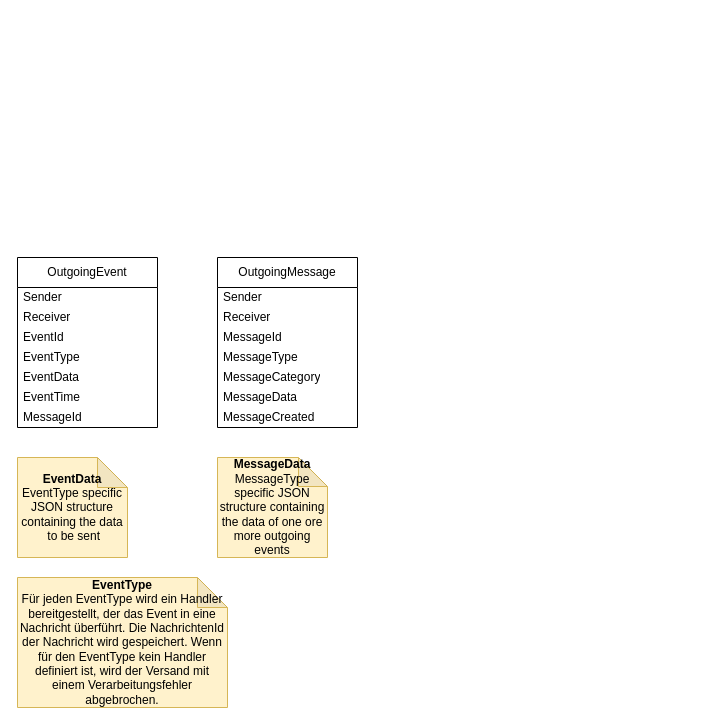
The draw.io diagram drawing.drawio in miwarn/mako, before the edit. Source tidied: cells renumbered, new cells numbered last; positions are measured from the earlier drawing's top-left corner, leaving out a move shared by most shapes. Both pictures are drawn from the tidied source at 100%, with x=0, y=0 at pixel (17, 257).
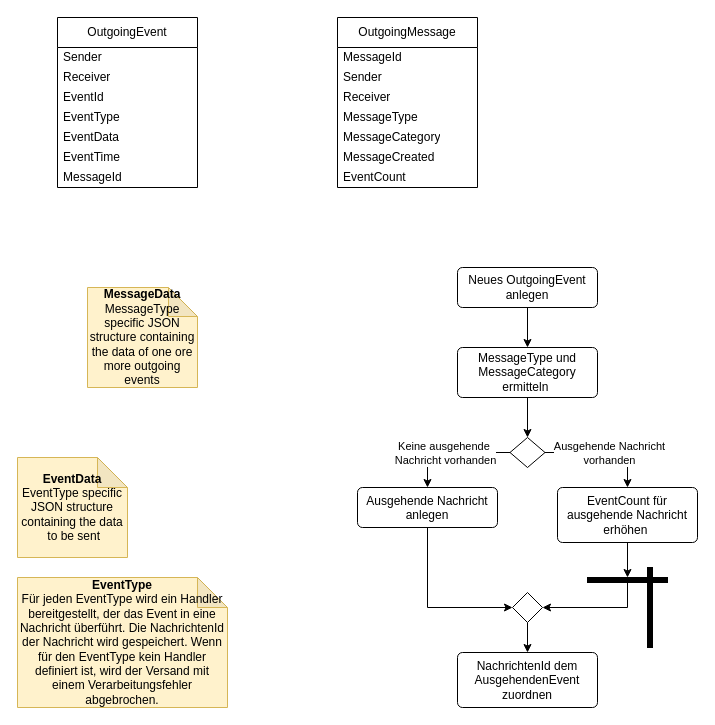
The same diagram, later.

The edit, as a diff of the source:
```diff
@@
     <mxCell id="2" value="OutgoingEvent" style="swimlane;fontStyle=0;horizontal=1;startSize=30;whiteSpace=wrap;html=1;" parent="1" vertex="1">
-      <mxGeometry width="140" height="170" as="geometry" />
+      <mxGeometry x="40" y="-240" width="140" height="170" as="geometry" />
     </mxCell>
@@
     <mxCell id="10" value="OutgoingMessage" style="swimlane;fontStyle=0;horizontal=1;startSize=30;whiteSpace=wrap;html=1;" parent="1" vertex="1">
-      <mxGeometry x="200" width="140" height="170" as="geometry" />
+      <mxGeometry x="320" y="-240" width="140" height="170" as="geometry" />
     </mxCell>
+    <mxCell id="13" value="MessageId" style="text;strokeColor=none;fillColor=none;align=left;verticalAlign=middle;spacingLeft=4;spacingRight=4;overflow=hidden;whiteSpace=wrap;html=1;flipV=1;" parent="10" vertex="1">
+      <mxGeometry y="30" width="140" height="20" as="geometry" />
+    </mxCell>
     <mxCell id="11" value="Sender" style="text;strokeColor=none;fillColor=none;align=left;verticalAlign=middle;spacingLeft=4;spacingRight=4;overflow=hidden;whiteSpace=wrap;html=1;" parent="10" vertex="1">
-      <mxGeometry y="30" width="140" height="20" as="geometry" />
+      <mxGeometry y="50" width="140" height="20" as="geometry" />
     </mxCell>
     <mxCell id="12" value="Receiver" style="text;strokeColor=none;fillColor=none;align=left;verticalAlign=middle;spacingLeft=4;spacingRight=4;overflow=hidden;whiteSpace=wrap;html=1;" parent="10" vertex="1">
-      <mxGeometry y="50" width="140" height="20" as="geometry" />
+      <mxGeometry y="70" width="140" height="20" as="geometry" />
     </mxCell>
-    <mxCell id="13" value="MessageId" style="text;strokeColor=none;fillColor=none;align=left;verticalAlign=middle;spacingLeft=4;spacingRight=4;overflow=hidden;whiteSpace=wrap;html=1;flipV=1;" parent="10" vertex="1">
-      <mxGeometry y="70" width="140" height="20" as="geometry" />
-    </mxCell>
@@
-    <mxCell id="16" value="MessageData" style="text;strokeColor=none;fillColor=none;align=left;verticalAlign=middle;spacingLeft=4;spacingRight=4;overflow=hidden;whiteSpace=wrap;html=1;" parent="10" vertex="1">
-      <mxGeometry y="130" width="140" height="20" as="geometry" />
-    </mxCell>
     <mxCell id="17" value="MessageCreated" style="text;strokeColor=none;fillColor=none;align=left;verticalAlign=middle;spacingLeft=4;spacingRight=4;overflow=hidden;whiteSpace=wrap;html=1;" parent="10" vertex="1">
-      <mxGeometry y="150" width="140" height="20" as="geometry" />
+      <mxGeometry y="130" width="140" height="20" as="geometry" />
     </mxCell>
+    <mxCell id="21" value="EventCount" style="text;strokeColor=none;fillColor=none;align=left;verticalAlign=middle;spacingLeft=4;spacingRight=4;overflow=hidden;whiteSpace=wrap;html=1;" parent="10" vertex="1">
+      <mxGeometry y="150" width="140" height="20" as="geometry" />
+    </mxCell>
@@
     <mxCell id="19" value="&lt;b&gt;MessageData&lt;/b&gt;&lt;div&gt;MessageType specific JSON structure containing the data of one ore more outgoing events&lt;/div&gt;" style="shape=note;whiteSpace=wrap;html=1;backgroundOutline=1;darkOpacity=0.05;fillColor=#fff2cc;strokeColor=#d6b656;size=29;" parent="1" vertex="1">
-      <mxGeometry x="200" y="200" width="110" height="100" as="geometry" />
+      <mxGeometry x="70" y="30" width="110" height="100" as="geometry" />
     </mxCell>
@@
+    <mxCell id="22" style="edgeStyle=orthogonalEdgeStyle;rounded=0;jettySize=auto;html=1;" parent="1" edge="1" source="23" target="25">
+      <mxGeometry relative="1" as="geometry" />
+    </mxCell>
+    <mxCell id="23" value="Neues OutgoingEvent anlegen" style="html=1;align=center;verticalAlign=middle;rounded=1;absoluteArcSize=1;arcSize=10;dashed=0;whiteSpace=wrap;" parent="1" vertex="1">
+      <mxGeometry x="440" y="10" width="140" height="40" as="geometry" />
+    </mxCell>
+    <mxCell id="24" style="edgeStyle=orthogonalEdgeStyle;rounded=0;jettySize=auto;html=1;" parent="1" edge="1" source="25" target="32">
+      <mxGeometry relative="1" as="geometry" />
+    </mxCell>
+    <mxCell id="25" value="MessageType und MessageCategory ermitteln&amp;nbsp;" style="html=1;align=center;verticalAlign=middle;rounded=1;absoluteArcSize=1;arcSize=10;dashed=0;whiteSpace=wrap;" parent="1" vertex="1">
+      <mxGeometry x="440" y="90" width="140" height="50" as="geometry" />
+    </mxCell>
+    <mxCell id="26" style="edgeStyle=orthogonalEdgeStyle;rounded=0;jettySize=auto;html=1;" parent="1" edge="1" source="27" target="38">
+      <mxGeometry relative="1" as="geometry" />
+    </mxCell>
+    <mxCell id="27" value="EventCount für ausgehende Nachricht erhöhen&amp;nbsp;" style="html=1;align=center;verticalAlign=top;rounded=1;absoluteArcSize=1;arcSize=10;dashed=0;whiteSpace=wrap;" parent="1" vertex="1">
+      <mxGeometry x="540" y="230" width="140" height="55" as="geometry" />
+    </mxCell>
+    <mxCell id="28" style="edgeStyle=orthogonalEdgeStyle;rounded=0;jettySize=auto;html=1;" parent="1" edge="1" source="32" target="27">
+      <mxGeometry relative="1" as="geometry" />
+    </mxCell>
+    <mxCell id="29" value="Ausgehende Nachricht&lt;div&gt;vorhanden&lt;/div&gt;" style="edgeLabel;html=1;align=center;verticalAlign=middle;" parent="28" vertex="1">
+      <mxGeometry x="-0.42" y="-2" relative="1" as="geometry">
+        <mxPoint x="30" y="-2" as="offset" />
+      </mxGeometry>
+    </mxCell>
+    <mxCell id="30" style="edgeStyle=orthogonalEdgeStyle;rounded=0;jettySize=auto;html=1;" parent="1" edge="1" source="32" target="33">
+      <mxGeometry relative="1" as="geometry" />
+    </mxCell>
+    <mxCell id="31" value="Keine ausgehende&amp;nbsp;&lt;div&gt;Nachricht vorhanden&lt;/div&gt;" style="edgeLabel;html=1;align=center;verticalAlign=middle;" parent="30" vertex="1">
+      <mxGeometry x="-0.36" y="2" relative="1" as="geometry">
+        <mxPoint x="-27" y="-2" as="offset" />
+      </mxGeometry>
+    </mxCell>
+    <mxCell id="32" style="rhombus;" parent="1" vertex="1">
+      <mxGeometry x="492.5" y="180" width="35" height="30" as="geometry" />
+    </mxCell>
+    <mxCell id="33" value="Ausgehende Nachricht anlegen" style="html=1;align=center;verticalAlign=top;rounded=1;absoluteArcSize=1;arcSize=10;dashed=0;whiteSpace=wrap;" parent="1" vertex="1">
+      <mxGeometry x="340" y="230" width="140" height="40" as="geometry" />
+    </mxCell>
+    <mxCell id="34" value="NachrichtenId dem AusgehendenEvent zuordnen" style="html=1;align=center;verticalAlign=middle;rounded=1;absoluteArcSize=1;arcSize=10;dashed=0;whiteSpace=wrap;" parent="1" vertex="1">
+      <mxGeometry x="440" y="395" width="140" height="55" as="geometry" />
+    </mxCell>
+    <mxCell id="35" style="edgeStyle=orthogonalEdgeStyle;rounded=0;jettySize=auto;html=1;" parent="1" edge="1" source="36" target="34">
+      <mxGeometry relative="1" as="geometry" />
+    </mxCell>
+    <mxCell id="36" style="rhombus;" parent="1" vertex="1">
+      <mxGeometry x="495" y="335" width="30" height="30" as="geometry" />
+    </mxCell>
+    <mxCell id="37" style="edgeStyle=orthogonalEdgeStyle;jettySize=auto;html=1;rounded=0;exitX=0.5;exitY=1;exitDx=0;exitDy=0;entryX=0;entryY=0.5;entryDx=0;entryDy=0;" parent="1" edge="1" source="33" target="36">
+      <mxGeometry relative="1" as="geometry" />
+    </mxCell>
+    <mxCell id="38" style="html=1;points=[];perimeter=orthogonalPerimeter;fillColor=strokeColor;direction=south;" parent="1" vertex="1">
+      <mxGeometry x="570" y="320" width="80" height="5" as="geometry" />
+    </mxCell>
+    <mxCell id="39" style="edgeStyle=orthogonalEdgeStyle;jettySize=auto;html=1;rounded=0;entryX=1;entryY=0.5;entryDx=0;entryDy=0;exitX=0;exitY=0.5;exitDx=0;exitDy=0;exitPerimeter=0;" parent="1" edge="1" source="38" target="36">
+      <mxGeometry relative="1" as="geometry">
+        <Array as="points">
+          <mxPoint x="610" y="350" />
+        </Array>
+      </mxGeometry>
+    </mxCell>
+    <mxCell id="40" style="html=1;perimeter=orthogonalPerimeter;fillColor=strokeColor;" parent="1" vertex="1">
+      <mxGeometry x="630" y="310" width="5" height="80" as="geometry" />
+    </mxCell>
```
